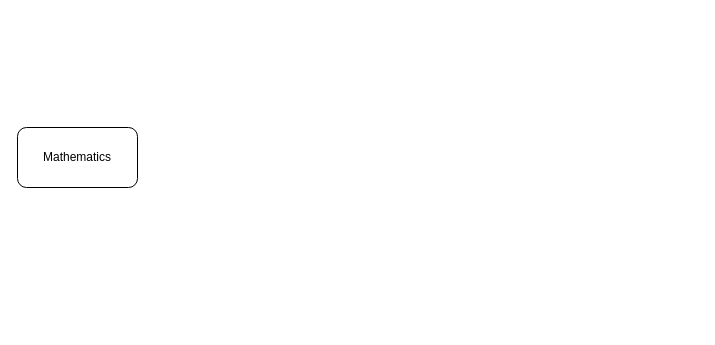
Earlier version of the draw.io diagram understanding-averything-software.drawio (chavp/data-modeling). Source tidied: cells renumbered, new cells numbered last; positions are measured from the earlier drawing's top-left corner, leaving out a move shared by most shapes. Both pictures are drawn from the tidied source at 100%, with x=0, y=0 at pixel (17, 127).
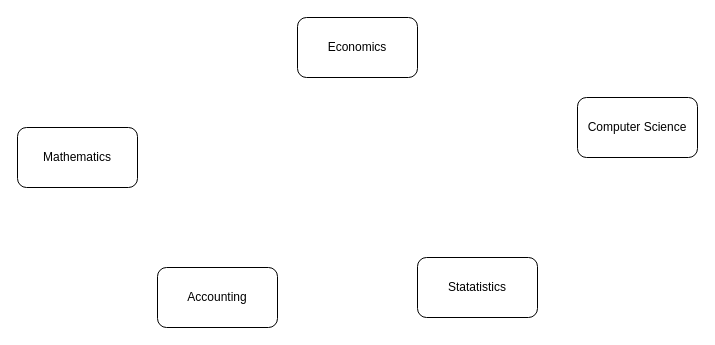
The same page after the edit.

What changed in the source:
```diff
@@
 <mxGraphModel>
   <root>
     <mxCell id="0" />
     <mxCell id="1" parent="0" />
     <mxCell id="2" value="Mathematics" style="rounded=1;whiteSpace=wrap;html=1;" parent="1" vertex="1">
       <mxGeometry width="120" height="60" as="geometry" />
     </mxCell>
+    <mxCell id="3" value="Statatistics" style="rounded=1;whiteSpace=wrap;html=1;" parent="1" vertex="1">
+      <mxGeometry x="400" y="130" width="120" height="60" as="geometry" />
+    </mxCell>
+    <mxCell id="4" value="Computer Science" style="rounded=1;whiteSpace=wrap;html=1;" parent="1" vertex="1">
+      <mxGeometry x="560" y="-30" width="120" height="60" as="geometry" />
+    </mxCell>
+    <mxCell id="5" value="Economics" style="rounded=1;whiteSpace=wrap;html=1;" parent="1" vertex="1">
+      <mxGeometry x="280" y="-110" width="120" height="60" as="geometry" />
+    </mxCell>
+    <mxCell id="6" value="Accounting" style="rounded=1;whiteSpace=wrap;html=1;" parent="1" vertex="1">
+      <mxGeometry x="140" y="140" width="120" height="60" as="geometry" />
+    </mxCell>
   </root>
 </mxGraphModel>
```
